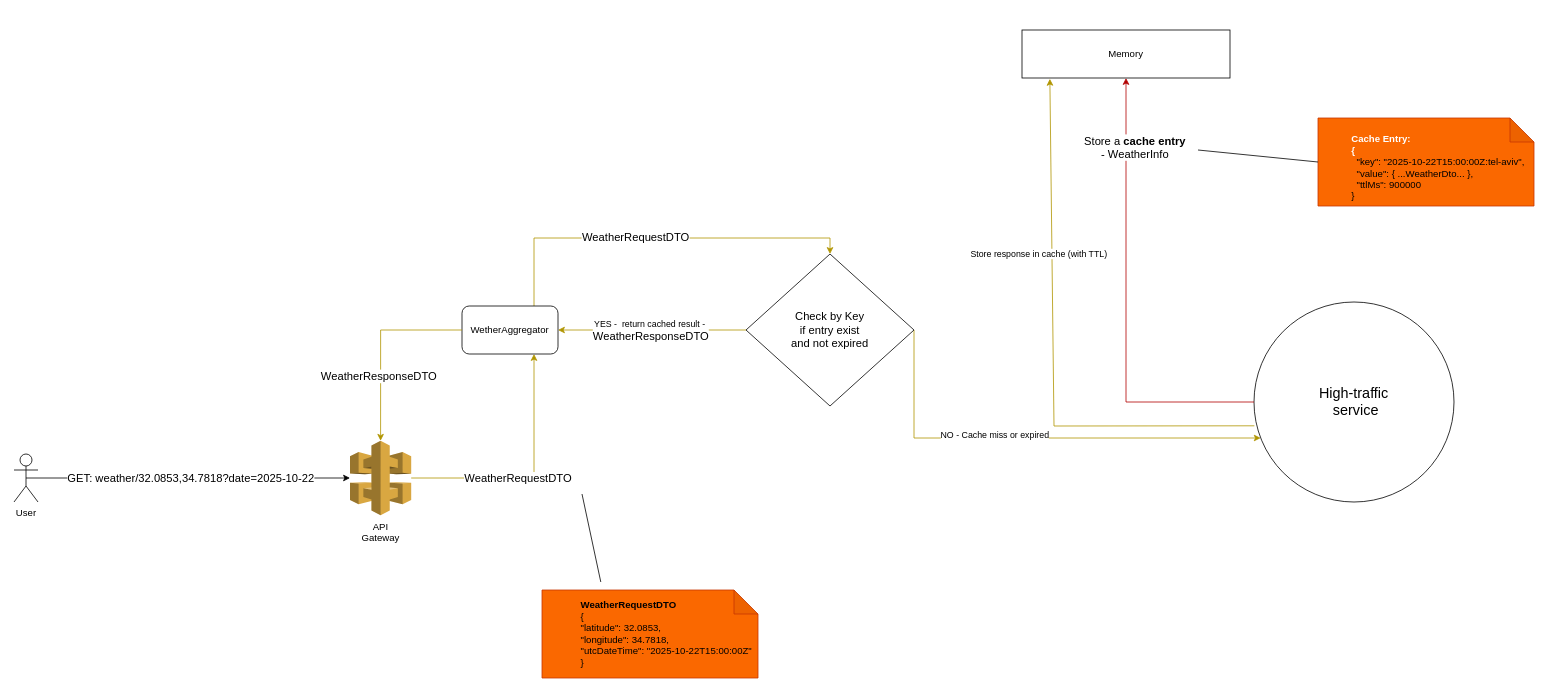
The draw.io diagram Untitled Diagram.drawio in rotemo-iai/drawio, before the edit. Source tidied: cells renumbered, new cells numbered last; positions are measured from the earlier drawing's top-left corner, leaving out a move shared by most shapes. Both pictures are drawn from the tidied source at 80%, with x=0, y=0 at pixel (14, 30).
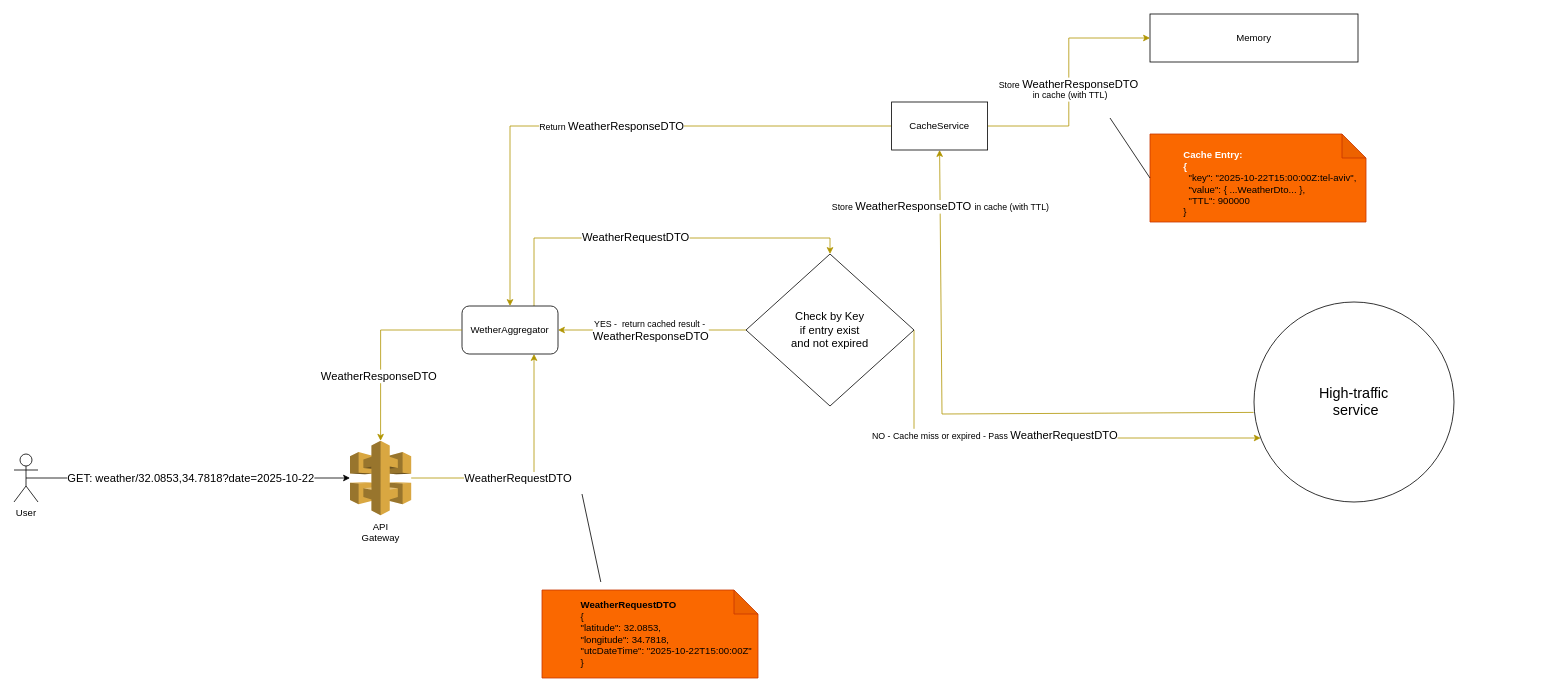
After the change.

Unchanged cells that the change refers to:
```xml
<mxCell id="5" value="&lt;font style=&quot;font-size: 18px;&quot;&gt;High-traffic&lt;br&gt;&amp;nbsp;service&lt;/font&gt;" style="ellipse;whiteSpace=wrap;html=1;" parent="1" vertex="1">
  <mxGeometry x="1550" y="340" width="250" height="250" as="geometry" />
</mxCell>
<mxCell id="9" style="edgeStyle=orthogonalEdgeStyle;rounded=0;jettySize=auto;html=1;fillColor=#e3c800;strokeColor=#B09500;entryX=0.75;entryY=1;entryDx=0;entryDy=0;" parent="1" edge="1" source="11" target="23">
  <mxGeometry relative="1" as="geometry" />
</mxCell>
<mxCell id="14" style="edgeStyle=orthogonalEdgeStyle;rounded=0;jettySize=auto;html=1;exitX=1;exitY=0.5;exitDx=0;exitDy=0;fillColor=#e3c800;strokeColor=#B09500;" parent="1" edge="1" source="16" target="5">
  <mxGeometry relative="1" as="geometry">
    <Array as="points">
      <mxPoint x="1125" y="510" />
    </Array>
  </mxGeometry>
</mxCell>
<mxCell id="21" style="edgeStyle=orthogonalEdgeStyle;rounded=0;jettySize=auto;html=1;exitX=0.75;exitY=0;exitDx=0;exitDy=0;entryX=0.5;entryY=0;entryDx=0;entryDy=0;fillColor=#e3c800;strokeColor=#B09500;" parent="1" edge="1" source="23" target="16">
  <mxGeometry relative="1" as="geometry">
    <Array as="points">
      <mxPoint x="650" y="260" />
      <mxPoint x="1020" y="260" />
    </Array>
  </mxGeometry>
</mxCell>
<mxCell id="23" value="WetherAggregator" style="rounded=1;whiteSpace=wrap;html=1;" parent="1" vertex="1">
  <mxGeometry x="560" y="345" width="120" height="60" as="geometry" />
</mxCell>
```

Diff of the diagram source:
```diff
@@
-    <mxCell id="6" style="edgeStyle=orthogonalEdgeStyle;rounded=0;jettySize=auto;html=1;fillColor=#e51400;strokeColor=#B20000;entryX=0.5;entryY=1;entryDx=0;entryDy=0;" parent="1" edge="1" source="5" target="8">
-      <mxGeometry relative="1" as="geometry" />
-    </mxCell>
-    <mxCell id="7" value="&lt;span style=&quot;font-size: 14px;&quot;&gt;Store a &lt;b&gt;cache entry &lt;/b&gt;&lt;br&gt;-&amp;nbsp;&lt;/span&gt;&lt;span style=&quot;font-size: 14px;&quot;&gt;WeatherInfo&lt;/span&gt;" style="edgeLabel;html=1;align=center;verticalAlign=middle;" parent="6" vertex="1">
-      <mxGeometry x="0.55" y="-4" relative="1" as="geometry">
-        <mxPoint x="6" y="-41" as="offset" />
-      </mxGeometry>
-    </mxCell>
     <mxCell id="8" value="Memory" style="rounded=0;whiteSpace=wrap;html=1;" parent="1" vertex="1">
-      <mxGeometry x="1260" width="260" height="60" as="geometry" />
+      <mxGeometry x="1420" y="-20" width="260" height="60" as="geometry" />
     </mxCell>
@@
-    <mxCell id="10" value="&lt;span style=&quot;font-size: 14px;&quot;&gt;WeatherRequestDTO&lt;/span&gt;" style="edgeLabel;html=1;align=center;verticalAlign=middle;" parent="9" vertex="1">
-      <mxGeometry x="-0.46" y="1" relative="1" as="geometry">
-        <mxPoint x="50" y="1" as="offset" />
-      </mxGeometry>
-    </mxCell>
+    <mxCell id="28" value="&lt;span style=&quot;font-size: 14px;&quot;&gt;WeatherRequestDTO&lt;/span&gt;" style="edgeLabel;html=1;align=center;verticalAlign=middle;" parent="9" vertex="1">
+      <mxGeometry x="-0.46" y="1" relative="1" as="geometry">
+        <mxPoint x="50" y="1" as="offset" />
+      </mxGeometry>
+    </mxCell>
@@
-    <mxCell id="12" value="&lt;blockquote style=&quot;margin: 0 0 0 40px; border: none; padding: 0px;&quot;&gt;&lt;div&gt;&amp;nbsp;&amp;nbsp;&lt;/div&gt;&lt;b style=&quot;text-align: center; text-wrap-mode: nowrap;&quot;&gt;&lt;font style=&quot;color: light-dark(rgb(255, 255, 255), rgb(255, 255, 255));&quot;&gt;Cache Entry:&lt;br&gt;{&lt;br&gt;&lt;/font&gt;&lt;/b&gt;&lt;div&gt;&amp;nbsp; &quot;key&quot;: &quot;2025-10-22T15:00:00Z:tel-aviv&quot;,&lt;/div&gt;&lt;div&gt;&amp;nbsp; &quot;value&quot;: { ...WeatherDto... },&lt;/div&gt;&lt;div&gt;&amp;nbsp; &quot;ttlMs&quot;: 900000&lt;br&gt;}&lt;/div&gt;&lt;/blockquote&gt;" style="shape=note;whiteSpace=wrap;html=1;backgroundOutline=1;darkOpacity=0.05;fillColor=#fa6800;strokeColor=#C73500;fontColor=#000000;align=left;" parent="1" vertex="1">
-      <mxGeometry x="1630" y="110" width="270" height="110" as="geometry" />
-    </mxCell>
-    <mxCell id="13" style="endArrow=none;html=1;rounded=0;entryX=0;entryY=0.5;entryDx=0;entryDy=0;entryPerimeter=0;" parent="1" edge="1" target="12">
-      <mxGeometry relative="1" as="geometry">
-        <mxPoint x="1480" y="150" as="sourcePoint" />
-      </mxGeometry>
-    </mxCell>
+    <mxCell id="29" value="&lt;blockquote style=&quot;margin: 0 0 0 40px; border: none; padding: 0px;&quot;&gt;&lt;div&gt;&amp;nbsp;&amp;nbsp;&lt;/div&gt;&lt;b style=&quot;text-align: center; text-wrap-mode: nowrap;&quot;&gt;&lt;font style=&quot;color: light-dark(rgb(255, 255, 255), rgb(255, 255, 255));&quot;&gt;Cache Entry:&lt;br&gt;{&lt;br&gt;&lt;/font&gt;&lt;/b&gt;&lt;div&gt;&amp;nbsp; &quot;key&quot;: &quot;2025-10-22T15:00:00Z:tel-aviv&quot;,&lt;/div&gt;&lt;div&gt;&amp;nbsp; &quot;value&quot;: { ...WeatherDto... },&lt;/div&gt;&lt;div&gt;&amp;nbsp; &quot;TTL&quot;: 900000&lt;br&gt;}&lt;/div&gt;&lt;/blockquote&gt;" style="shape=note;whiteSpace=wrap;html=1;backgroundOutline=1;darkOpacity=0.05;fillColor=#fa6800;strokeColor=#C73500;fontColor=#000000;align=left;" parent="1" vertex="1">
+      <mxGeometry x="1420" y="130" width="270" height="110" as="geometry" />
+    </mxCell>
+    <mxCell id="30" style="endArrow=none;html=1;rounded=0;entryX=0;entryY=0.5;entryDx=0;entryDy=0;entryPerimeter=0;" parent="1" edge="1" target="29">
+      <mxGeometry relative="1" as="geometry">
+        <mxPoint x="1370" y="110" as="sourcePoint" />
+      </mxGeometry>
+    </mxCell>
@@
-    <mxCell id="15" value="NO - Cache miss or expired" style="edgeLabel;html=1;align=center;verticalAlign=middle;" parent="14" vertex="1">
-      <mxGeometry x="-0.17" y="4" relative="1" as="geometry">
-        <mxPoint x="-1" as="offset" />
-      </mxGeometry>
-    </mxCell>
+    <mxCell id="31" value="NO - Cache miss or expired - Pass&amp;nbsp;&lt;span style=&quot;font-size: 14px;&quot;&gt;WeatherRequestDTO&lt;/span&gt;" style="edgeLabel;html=1;align=center;verticalAlign=middle;" parent="14" vertex="1">
+      <mxGeometry x="-0.17" y="4" relative="1" as="geometry">
+        <mxPoint x="-1" as="offset" />
+      </mxGeometry>
+    </mxCell>
@@
-    <mxCell id="20" style="endArrow=none;html=1;rounded=0;" parent="1" edge="1">
-      <mxGeometry relative="1" as="geometry">
-        <mxPoint x="733.5" y="690" as="sourcePoint" />
-        <mxPoint x="710" y="580" as="targetPoint" />
-      </mxGeometry>
-    </mxCell>
+    <mxCell id="32" style="endArrow=none;html=1;rounded=0;" parent="1" edge="1">
+      <mxGeometry relative="1" as="geometry">
+        <mxPoint x="733.5" y="690" as="sourcePoint" />
+        <mxPoint x="710" y="580" as="targetPoint" />
+      </mxGeometry>
+    </mxCell>
@@
-    <mxCell id="22" value="&lt;span style=&quot;font-size: 14px;&quot;&gt;WeatherRequestDTO&lt;/span&gt;" style="edgeLabel;html=1;align=center;verticalAlign=middle;" parent="21" vertex="1">
-      <mxGeometry x="-0.11" y="2" relative="1" as="geometry" />
-    </mxCell>
+    <mxCell id="33" value="&lt;span style=&quot;font-size: 14px;&quot;&gt;WeatherRequestDTO&lt;/span&gt;" style="edgeLabel;html=1;align=center;verticalAlign=middle;" parent="21" vertex="1">
+      <mxGeometry x="-0.11" y="2" relative="1" as="geometry" />
+    </mxCell>
@@
-    <mxCell id="26" style="endArrow=classic;html=1;rounded=0;exitX=0.002;exitY=0.619;exitDx=0;exitDy=0;entryX=0.134;entryY=1.018;entryDx=0;entryDy=0;entryPerimeter=0;fillColor=#e3c800;strokeColor=#B09500;exitPerimeter=0;" parent="1" edge="1" source="5" target="8">
-      <mxGeometry relative="1" as="geometry">
-        <Array as="points">
-          <mxPoint x="1300" y="495" />
-        </Array>
-      </mxGeometry>
-    </mxCell>
-    <mxCell id="27" value="Store response in cache (with TTL)" style="edgeLabel;html=1;align=center;verticalAlign=middle;" parent="26" vertex="1">
-      <mxGeometry x="-0.41" y="-2" relative="1" as="geometry">
-        <mxPoint x="-68" y="-213" as="offset" />
-      </mxGeometry>
-    </mxCell>
+    <mxCell id="34" style="endArrow=classic;html=1;rounded=0;exitX=-0.002;exitY=0.552;exitDx=0;exitDy=0;fillColor=#e3c800;strokeColor=#B09500;exitPerimeter=0;entryX=0.5;entryY=1;entryDx=0;entryDy=0;entryPerimeter=0;" parent="1" edge="1" source="5" target="40">
+      <mxGeometry relative="1" as="geometry">
+        <Array as="points">
+          <mxPoint x="1160" y="480" />
+        </Array>
+      </mxGeometry>
+    </mxCell>
+    <mxCell id="35" value="Store&amp;nbsp;&lt;span style=&quot;font-size: 14px;&quot;&gt;WeatherResponseDTO&amp;nbsp;&lt;/span&gt;in cache (with TTL)" style="edgeLabel;html=1;align=center;verticalAlign=middle;" parent="34" vertex="1">
+      <mxGeometry x="-0.41" y="-2" relative="1" as="geometry">
+        <mxPoint x="-180" y="-257" as="offset" />
+      </mxGeometry>
+    </mxCell>
+    <mxCell id="36" style="edgeStyle=orthogonalEdgeStyle;rounded=0;jettySize=auto;html=1;fillColor=#e3c800;strokeColor=#B09500;" parent="1" edge="1" source="40" target="23">
+      <mxGeometry relative="1" as="geometry" />
+    </mxCell>
+    <mxCell id="37" value="Return&amp;nbsp;&lt;span style=&quot;font-size: 14px;&quot;&gt;WeatherResponseDTO&lt;/span&gt;" style="edgeLabel;html=1;align=center;verticalAlign=middle;" parent="36" vertex="1">
+      <mxGeometry relative="1" as="geometry" />
+    </mxCell>
+    <mxCell id="38" style="edgeStyle=orthogonalEdgeStyle;rounded=0;jettySize=auto;html=1;entryX=0;entryY=0.5;entryDx=0;entryDy=0;fillColor=#e3c800;strokeColor=#B09500;" parent="1" edge="1" source="40" target="8">
+      <mxGeometry relative="1" as="geometry" />
+    </mxCell>
+    <mxCell id="39" value="Store&amp;nbsp;&lt;span style=&quot;font-size: 14px;&quot;&gt;WeatherResponseDTO&amp;nbsp;&lt;br&gt;&lt;/span&gt;in cache (with TTL)" style="edgeLabel;html=1;align=center;verticalAlign=middle;" parent="38" vertex="1">
+      <mxGeometry x="-0.05" relative="1" as="geometry">
+        <mxPoint x="1" y="1" as="offset" />
+      </mxGeometry>
+    </mxCell>
+    <mxCell id="40" value="CacheService" style="rounded=0;whiteSpace=wrap;html=1;" parent="1" vertex="1">
+      <mxGeometry x="1097" y="90" width="120" height="60" as="geometry" />
+    </mxCell>
```
